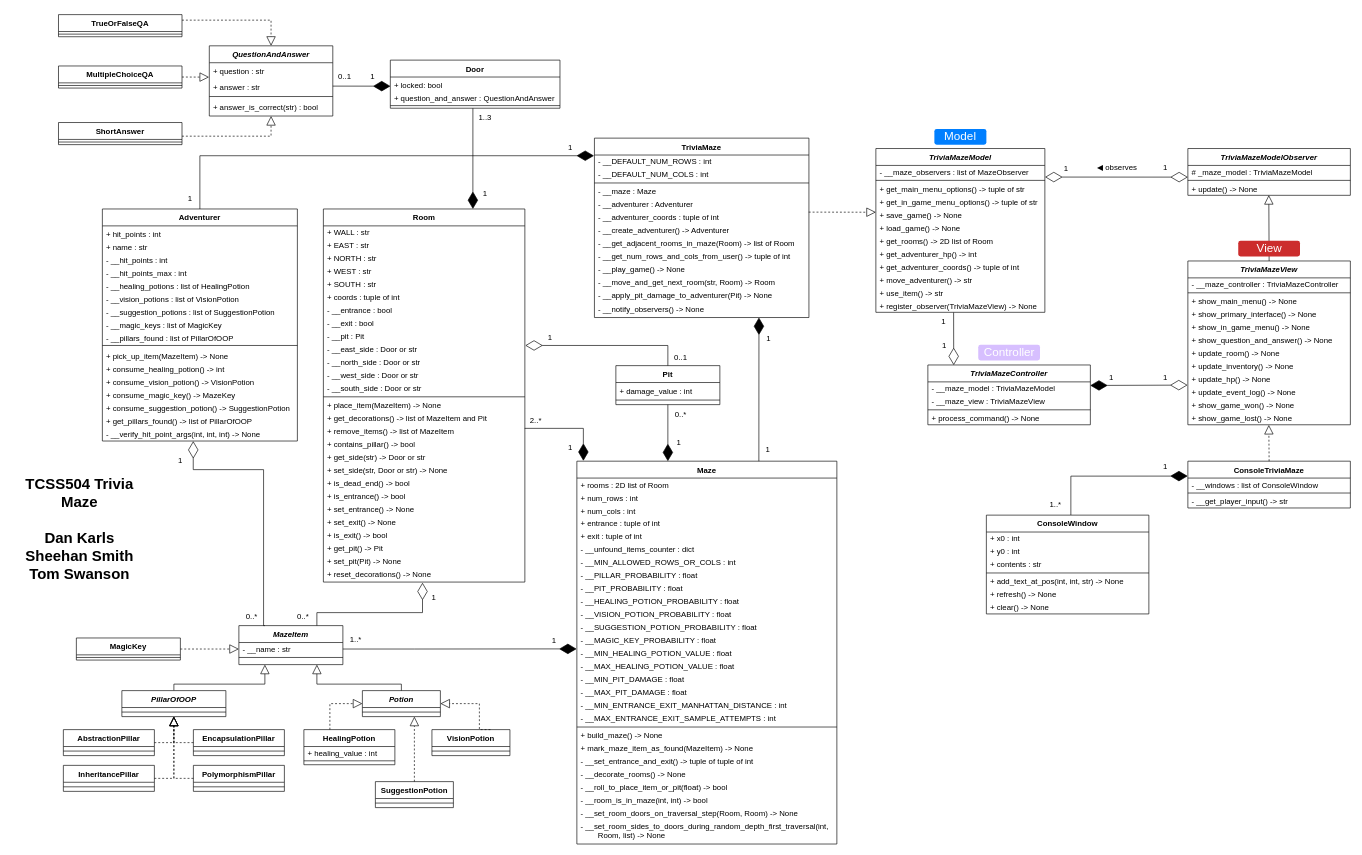
This is doc/UML.drawio from dskarls/TCSS504-Trivia-Maze, a draw.io file, before an edit. Source tidied: cells renumbered, new cells numbered last; positions are measured from the earlier drawing's top-left corner, leaving out a move shared by most shapes. Both pictures are drawn from the tidied source at 65%, with x=0, y=0 at pixel (11, 14).
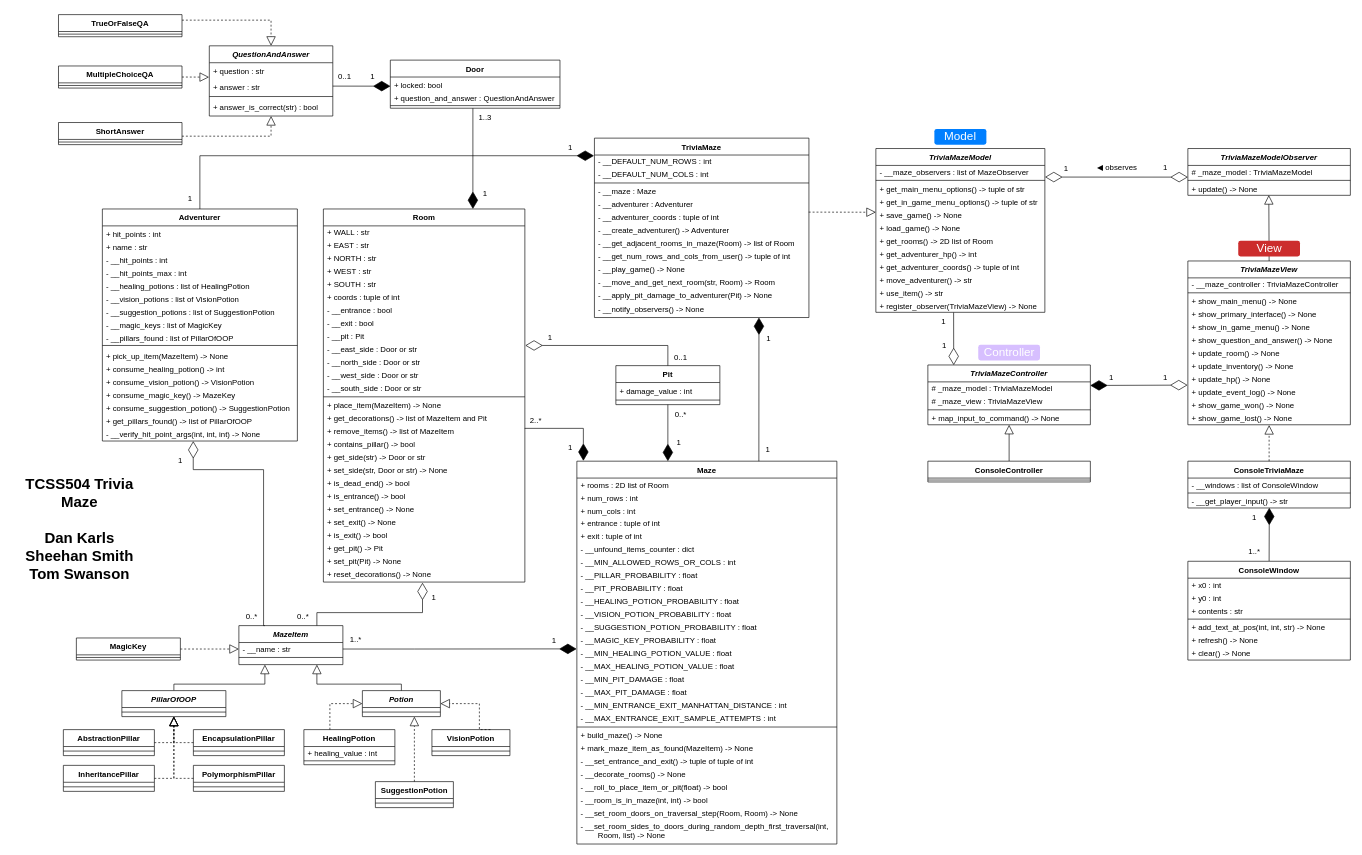
The same page after the edit.

Commit message:
DOC: Update controller in UML

- Add concrete controller class
- Make attrs of controller ABC protected instead of private

Unchanged cells that the change refers to:
```xml
<mxCell id="203" value="+ show_game_lost() -&gt; None" style="text;strokeColor=none;fillColor=none;align=left;verticalAlign=middle;spacingLeft=4;spacingRight=4;overflow=hidden;points=[[0,0.5],[1,0.5]];portConstraint=eastwest;" parent="191" vertex="1">
  <mxGeometry y="232" width="250" height="20" as="geometry" />
</mxCell>
<mxCell id="204" value="ConsoleTriviaMaze" style="swimlane;fontStyle=1;align=center;verticalAlign=top;horizontal=1;startSize=26;fontFamily=Helvetica;fontSize=12;" parent="1" vertex="1">
  <mxGeometry x="1810" y="687" width="250" height="72" as="geometry" />
</mxCell>
<mxCell id="207" value="- __get_player_input() -&gt; str" style="text;strokeColor=none;fillColor=none;align=left;verticalAlign=middle;spacingLeft=4;spacingRight=4;overflow=hidden;points=[[0,0.5],[1,0.5]];portConstraint=eastwest;" parent="204" vertex="1">
  <mxGeometry y="52" width="250" height="20" as="geometry" />
</mxCell>
<mxCell id="210" value="TriviaMazeController" style="swimlane;fontStyle=3;align=center;verticalAlign=top;horizontal=1;startSize=26;fontFamily=Helvetica;fontSize=12;" parent="1" vertex="1">
  <mxGeometry x="1410" y="539" width="250" height="92" as="geometry" />
</mxCell>
```

Change to the diagram source:
```diff
@@
-    <mxCell id="211" value="- __maze_model : TriviaMazeModel" style="text;strokeColor=none;fillColor=none;align=left;verticalAlign=middle;spacingLeft=4;spacingRight=4;overflow=hidden;points=[[0,0.5],[1,0.5]];portConstraint=eastwest;" parent="210" vertex="1">
+    <mxCell id="211" value="# _maze_model : TriviaMazeModel" style="text;strokeColor=none;fillColor=none;align=left;verticalAlign=middle;spacingLeft=4;spacingRight=4;overflow=hidden;points=[[0,0.5],[1,0.5]];portConstraint=eastwest;" parent="210" vertex="1">
       <mxGeometry y="26" width="250" height="20" as="geometry" />
     </mxCell>
-    <mxCell id="212" value="- __maze_view : TriviaMazeView" style="text;strokeColor=none;fillColor=none;align=left;verticalAlign=middle;spacingLeft=4;spacingRight=4;overflow=hidden;" parent="210" vertex="1">
+    <mxCell id="212" value="# _maze_view : TriviaMazeView" style="text;strokeColor=none;fillColor=none;align=left;verticalAlign=middle;spacingLeft=4;spacingRight=4;overflow=hidden;" parent="210" vertex="1">
       <mxGeometry y="46" width="250" height="20" as="geometry" />
     </mxCell>
@@
-    <mxCell id="214" value="+ process_command() -&gt; None" style="text;strokeColor=none;fillColor=none;align=left;verticalAlign=middle;spacingLeft=4;spacingRight=4;overflow=hidden;" parent="210" vertex="1">
+    <mxCell id="214" value="+ map_input_to_command() -&gt; None" style="text;strokeColor=none;fillColor=none;align=left;verticalAlign=middle;spacingLeft=4;spacingRight=4;overflow=hidden;" parent="210" vertex="1">
       <mxGeometry y="72" width="250" height="20" as="geometry" />
     </mxCell>
-    <mxCell id="215" style="endArrow=diamondThin;endFill=1;endSize=24;html=1;rounded=0;fontFamily=Courier New;fontSize=12;targetPerimeterSpacing=0;entryX=-0.001;entryY=0.319;entryDx=0;entryDy=0;entryPerimeter=0;" parent="1" edge="1" target="204">
-      <mxGeometry relative="1" as="geometry">
-        <mxPoint x="1630" y="770" as="sourcePoint" />
-        <Array as="points">
-          <mxPoint x="1630" y="710" />
-        </Array>
-      </mxGeometry>
+    <mxCell id="215" style="endArrow=diamondThin;endFill=1;endSize=24;html=1;rounded=0;fontFamily=Courier New;fontSize=12;targetPerimeterSpacing=0;exitX=0.5;exitY=0;exitDx=0;exitDy=0;entryX=0.501;entryY=0.984;entryDx=0;entryDy=0;entryPerimeter=0;" parent="1" edge="1" source="218" target="207">
+      <mxGeometry relative="1" as="geometry" />
     </mxCell>
@@
-    <mxCell id="217" value="Controller" style="text;html=1;strokeColor=none;fillColor=#D7BFFF;align=center;verticalAlign=middle;whiteSpace=wrap;rounded=1;fontSize=18;fontFamily=Helvetica;fontColor=#FFFFFF;" parent="1" vertex="1">
-      <mxGeometry x="1487.5" y="508" width="95" height="24" as="geometry" />
-    </mxCell>
     <mxCell id="218" value="ConsoleWindow" style="swimlane;fontStyle=1;align=center;verticalAlign=top;horizontal=1;startSize=26;fontFamily=Helvetica;fontSize=12;" parent="1" vertex="1">
-      <mxGeometry x="1500" y="770" width="250" height="152" as="geometry" />
+      <mxGeometry x="1810" y="841" width="250" height="152" as="geometry" />
     </mxCell>
@@
     <mxCell id="230" value="1" style="text;html=1;strokeColor=none;fillColor=none;align=center;verticalAlign=middle;whiteSpace=wrap;rounded=0;fontStyle=0;" parent="1" vertex="1">
-      <mxGeometry x="1763" y="681" width="25" height="30" as="geometry" />
+      <mxGeometry x="1900" y="759" width="25" height="30" as="geometry" />
     </mxCell>
     <mxCell id="231" value="1..*" style="text;html=1;strokeColor=none;fillColor=none;align=center;verticalAlign=middle;whiteSpace=wrap;rounded=0;fontStyle=0;" parent="1" vertex="1">
-      <mxGeometry x="1594" y="739" width="25" height="30" as="geometry" />
+      <mxGeometry x="1900" y="811" width="25" height="30" as="geometry" />
     </mxCell>
@@
-    <mxCell id="236" style="endArrow=block;dashed=1;endFill=0;endSize=12;html=1;rounded=0;targetPerimeterSpacing=0;exitX=0.5;exitY=0;exitDx=0;exitDy=0;entryX=0.498;entryY=1.011;entryDx=0;entryDy=0;entryPerimeter=0;" parent="1" edge="1" source="204" target="203">
+    <mxCell id="236" style="endArrow=block;dashed=1;endFill=0;endSize=12;html=1;rounded=0;targetPerimeterSpacing=0;exitX=0.5;exitY=0;exitDx=0;exitDy=0;entryX=0.5;entryY=1.019;entryDx=0;entryDy=0;entryPerimeter=0;" parent="1" edge="1" source="204" target="203">
       <mxGeometry relative="1" as="geometry" />
     </mxCell>
@@
+    <mxCell id="244" style="endArrow=block;endSize=12;endFill=0;html=1;rounded=0;exitX=0.5;exitY=0;exitDx=0;exitDy=0;entryX=0.498;entryY=0.979;entryDx=0;entryDy=0;entryPerimeter=0;" parent="1" edge="1" source="245">
+      <mxGeometry relative="1" as="geometry">
+        <mxPoint x="1535" y="631" as="targetPoint" />
+      </mxGeometry>
+    </mxCell>
+    <mxCell id="217" value="Controller" style="text;html=1;strokeColor=none;fillColor=#D7BFFF;align=center;verticalAlign=middle;whiteSpace=wrap;rounded=1;fontSize=18;fontFamily=Helvetica;fontColor=#FFFFFF;" parent="1" vertex="1">
+      <mxGeometry x="1487.5" y="508" width="95" height="24" as="geometry" />
+    </mxCell>
+    <mxCell id="245" value="ConsoleController" style="swimlane;fontStyle=1;align=center;verticalAlign=top;horizontal=1;startSize=26;fontFamily=Helvetica;fontSize=12;" parent="1" vertex="1">
+      <mxGeometry x="1410" y="687" width="250" height="32" as="geometry" />
+    </mxCell>
+    <mxCell id="246" style="line;strokeWidth=1;fillColor=none;align=left;verticalAlign=middle;spacingTop=2;spacingLeft=3;spacingRight=3;labelPosition=right;strokeColor=inherit;fontFamily=Courier New;fontSize=12;" parent="245" vertex="1">
+      <mxGeometry y="26" width="250" height="6" as="geometry" />
+    </mxCell>
```
